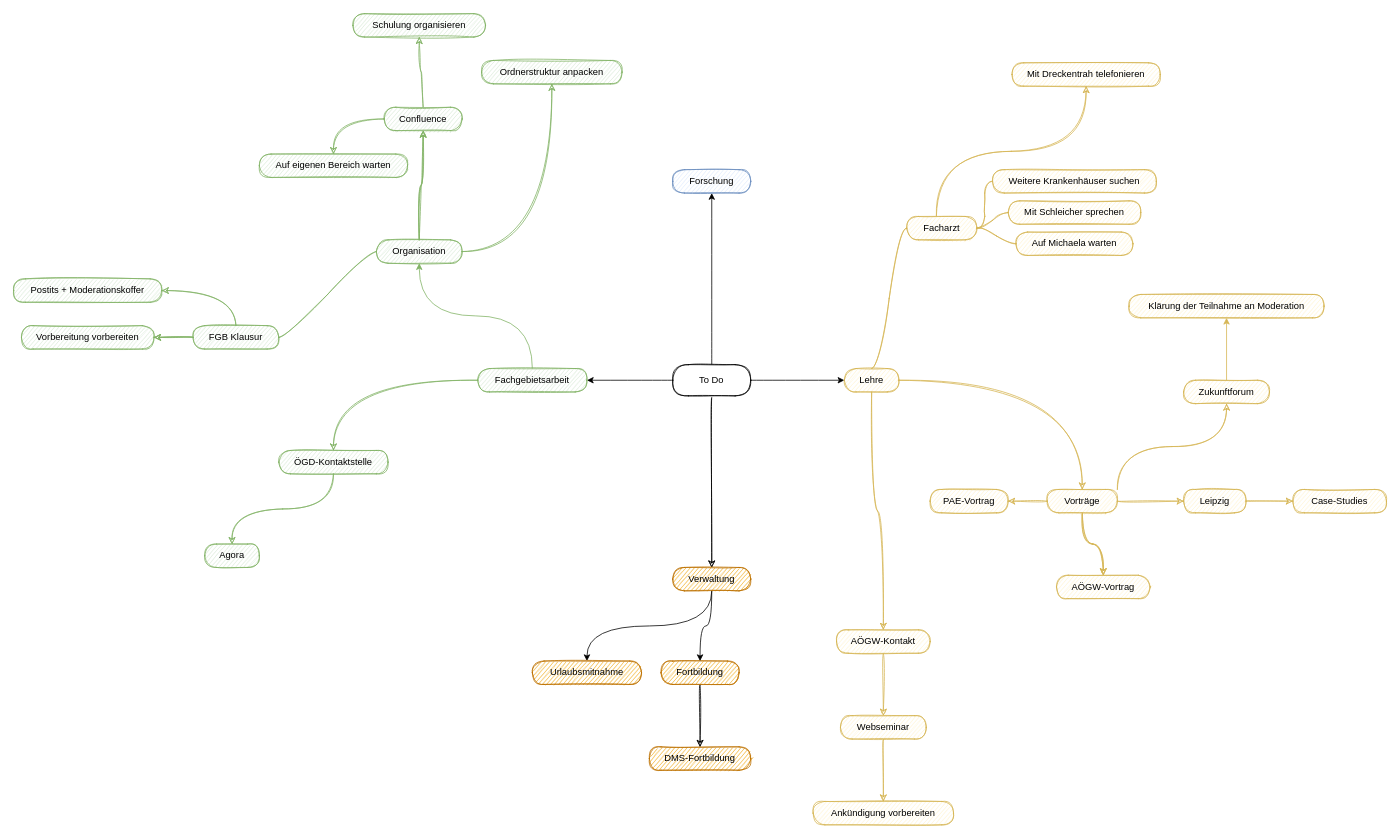
This is drawio/todo.drawio from jakobschumacher/graphs, a draw.io file, before an edit. Source tidied: cells renumbered, new cells numbered last; positions are measured from the earlier drawing's top-left corner, leaving out a move shared by most shapes. Both pictures are drawn from the tidied source at 78%, with x=0, y=0 at pixel (13, 13).
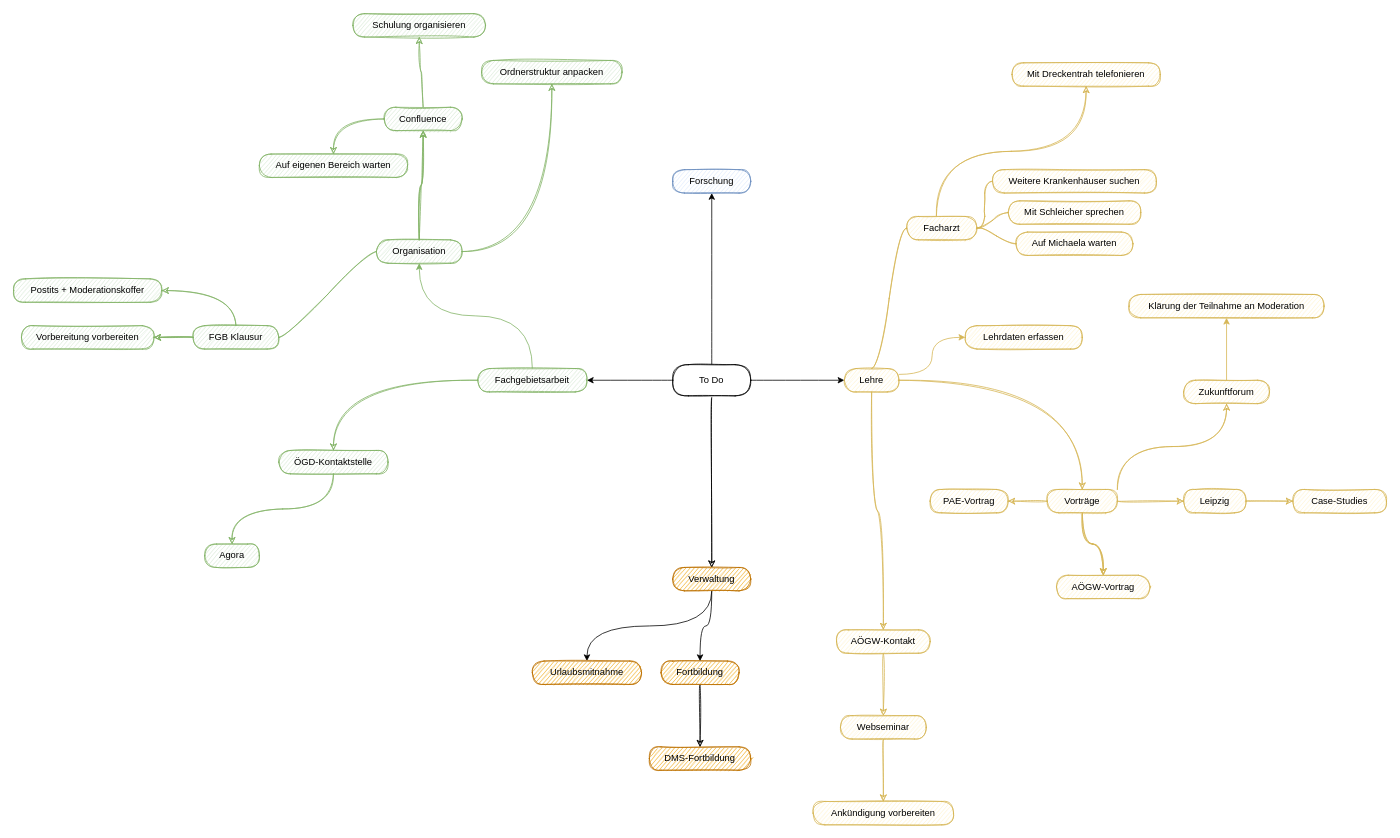
After the change.

The change refers to these unchanged cells:
```xml
<mxCell id="63" value="Lehre" style="whiteSpace=wrap;html=1;rounded=1;arcSize=50;align=center;verticalAlign=middle;strokeWidth=1;spacing=4;newEdgeStyle={&quot;edgeStyle&quot;:&quot;entityRelationEdgeStyle&quot;,&quot;startArrow&quot;:&quot;none&quot;,&quot;endArrow&quot;:&quot;none&quot;,&quot;segment&quot;:10,&quot;curved&quot;:1};sketch=1;fillColor=#fff2cc;strokeColor=#d6b656;" parent="1" vertex="1">
  <mxGeometry x="1065" y="455" width="70" height="30" as="geometry" />
</mxCell>
```

What changed in the source:
```diff
@@
+    <mxCell id="70" style="edgeStyle=orthogonalEdgeStyle;curved=1;jettySize=auto;html=1;exitX=1;exitY=0.25;exitDx=0;exitDy=0;entryX=0;entryY=0.5;entryDx=0;entryDy=0;fillColor=#fff2cc;strokeColor=#d6b656;" parent="1" edge="1" source="63" target="71">
+      <mxGeometry relative="1" as="geometry" />
+    </mxCell>
@@
+    <mxCell id="71" value="Lehrdaten erfassen" style="whiteSpace=wrap;html=1;rounded=1;arcSize=50;align=center;verticalAlign=middle;strokeWidth=1;spacing=4;newEdgeStyle={&quot;edgeStyle&quot;:&quot;entityRelationEdgeStyle&quot;,&quot;startArrow&quot;:&quot;none&quot;,&quot;endArrow&quot;:&quot;none&quot;,&quot;segment&quot;:10,&quot;curved&quot;:1};sketch=1;fillColor=#fff2cc;strokeColor=#d6b656;" parent="1" vertex="1" collapsed="1">
+      <mxGeometry x="1220" y="400" width="150" height="30" as="geometry" />
+    </mxCell>
```
